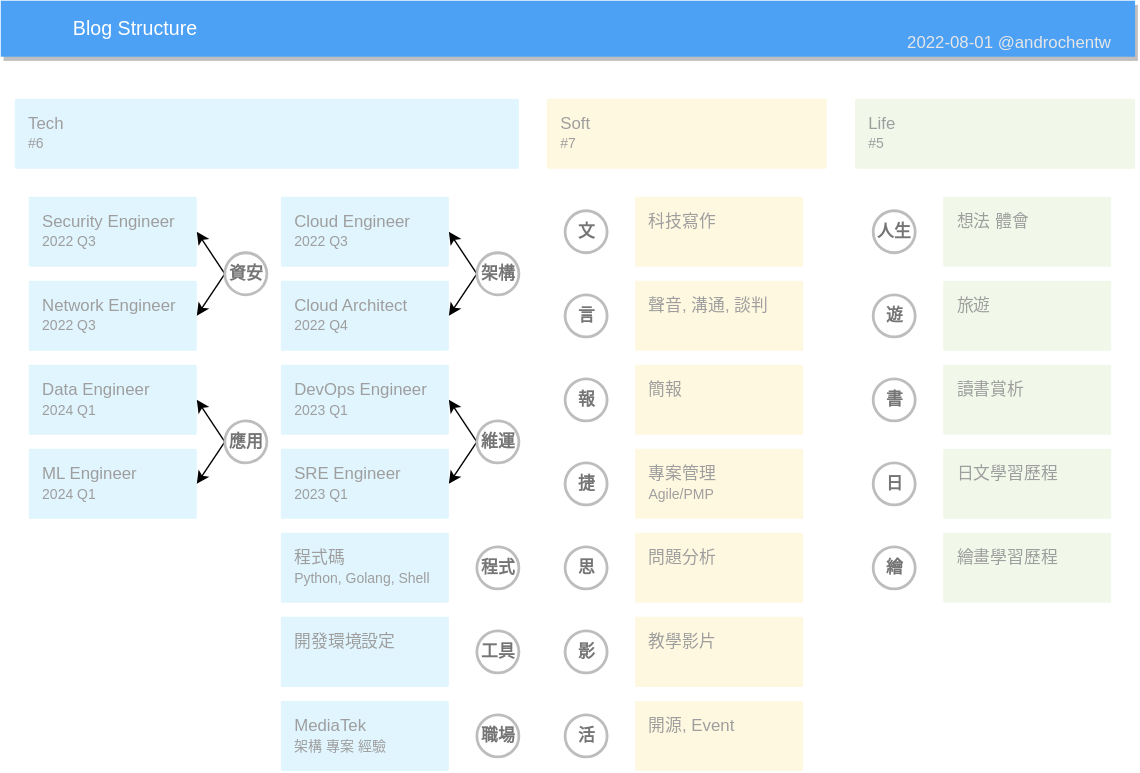
Above: 2022-08-01 Blog Structure.svg in androchentw/diagrams-res (draw.io), before the change. Source tidied: cells renumbered, new cells last; positions are measured from the earlier drawing's top-left corner, leaving out a move shared by most shapes.
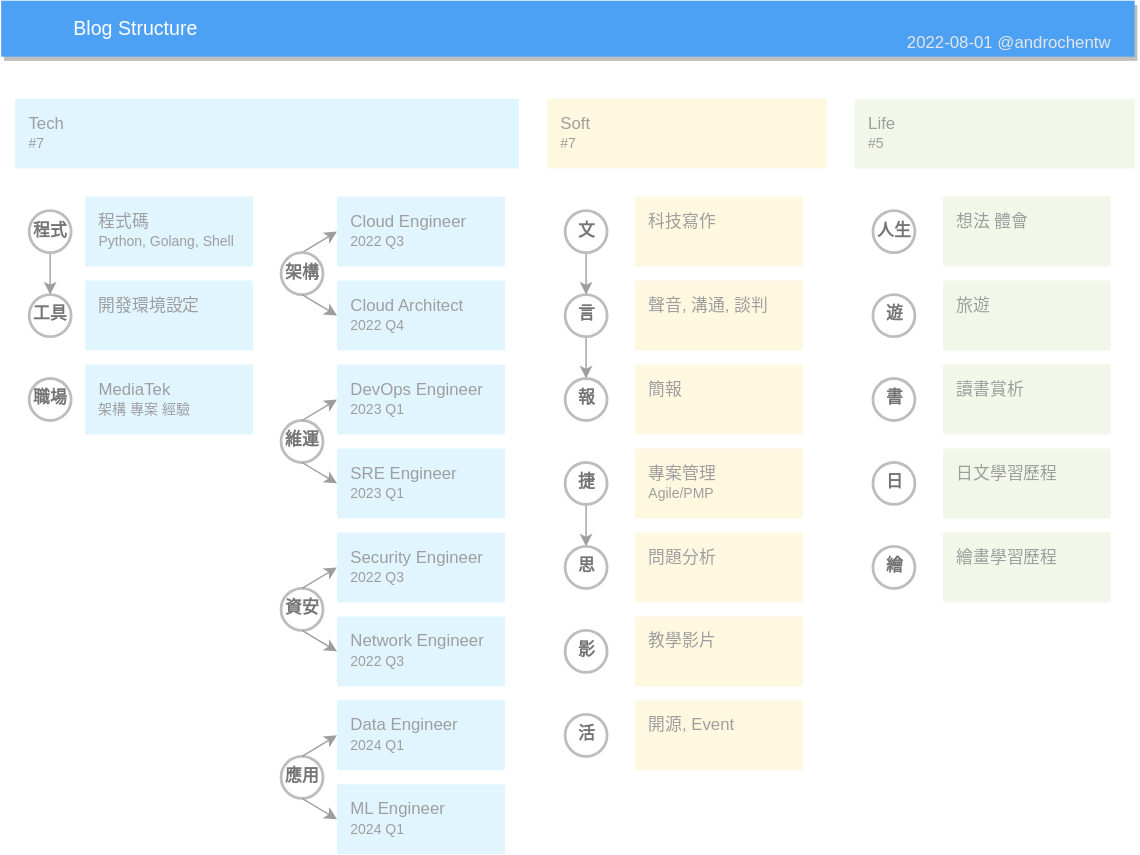
The same file after the commit.

Commit message:
feat: update blog structure

Diff of the diagram source:
```diff
@@ -5,71 +5,52 @@
     <mxCell id="2" value="Blog Structure" style="fillColor=#4DA1F5;strokeColor=none;shadow=1;gradientColor=none;fontSize=14;align=left;spacingLeft=50;fontColor=#ffffff;html=1;" parent="1" vertex="1">
       <mxGeometry width="810" height="40" as="geometry" />
     </mxCell>
-    <mxCell id="3" value="Tech&lt;br&gt;&lt;font style=&quot;font-size: 10px&quot;&gt;#6&lt;/font&gt;" style="rounded=1;absoluteArcSize=1;arcSize=2;html=1;strokeColor=none;gradientColor=none;shadow=0;dashed=0;fontSize=12;fontColor=#9E9E9E;align=left;verticalAlign=top;spacing=10;spacingTop=-4;fillColor=#E1F5FE;" parent="1" vertex="1">
+    <mxCell id="3" value="Tech&lt;br&gt;&lt;font style=&quot;font-size: 10px&quot;&gt;#7&lt;/font&gt;" style="rounded=1;absoluteArcSize=1;arcSize=2;html=1;strokeColor=none;gradientColor=none;shadow=0;dashed=0;fontSize=12;fontColor=#9E9E9E;align=left;verticalAlign=top;spacing=10;spacingTop=-4;fillColor=#E1F5FE;" parent="1" vertex="1">
       <mxGeometry x="10" y="70" width="360" height="50" as="geometry" />
     </mxCell>
     <mxCell id="4" value="Soft&lt;br&gt;&lt;span style=&quot;font-size: 10px&quot;&gt;#7&lt;/span&gt;" style="rounded=1;absoluteArcSize=1;arcSize=2;html=1;strokeColor=none;gradientColor=none;shadow=0;dashed=0;fontSize=12;fontColor=#9E9E9E;align=left;verticalAlign=top;spacing=10;spacingTop=-4;fillColor=#FFF8E1;" parent="1" vertex="1">
       <mxGeometry x="390" y="70" width="200" height="50" as="geometry" />
     </mxCell>
     <mxCell id="5" value="Cloud Engineer&lt;br&gt;&lt;span style=&quot;font-size: 10px&quot;&gt;2022 Q3&lt;/span&gt;" style="rounded=1;absoluteArcSize=1;arcSize=2;html=1;strokeColor=none;gradientColor=none;shadow=0;dashed=0;fontSize=12;fontColor=#9E9E9E;align=left;verticalAlign=top;spacing=10;spacingTop=-4;fillColor=#E1F5FE;" parent="1" vertex="1">
-      <mxGeometry x="200" y="140" width="120" height="50" as="geometry" />
+      <mxGeometry x="240" y="140" width="120" height="50" as="geometry" />
     </mxCell>
     <mxCell id="6" value="Cloud Architect&lt;br&gt;&lt;span style=&quot;font-size: 10px&quot;&gt;2022 Q4&lt;/span&gt;" style="rounded=1;absoluteArcSize=1;arcSize=2;html=1;strokeColor=none;gradientColor=none;shadow=0;dashed=0;fontSize=12;fontColor=#9E9E9E;align=left;verticalAlign=top;spacing=10;spacingTop=-4;fillColor=#E1F5FE;" parent="1" vertex="1">
-      <mxGeometry x="200" y="200" width="120" height="50" as="geometry" />
+      <mxGeometry x="240" y="200" width="120" height="50" as="geometry" />
     </mxCell>
     <mxCell id="7" value="DevOps Engineer&lt;br&gt;&lt;span style=&quot;font-size: 10px&quot;&gt;2023 Q1&lt;/span&gt;" style="rounded=1;absoluteArcSize=1;arcSize=2;html=1;strokeColor=none;gradientColor=none;shadow=0;dashed=0;fontSize=12;fontColor=#9E9E9E;align=left;verticalAlign=top;spacing=10;spacingTop=-4;fillColor=#E1F5FE;" parent="1" vertex="1">
-      <mxGeometry x="200" y="260" width="120" height="50" as="geometry" />
+      <mxGeometry x="240" y="260" width="120" height="50" as="geometry" />
     </mxCell>
     <mxCell id="8" value="SRE Engineer&lt;br&gt;&lt;span style=&quot;font-size: 10px&quot;&gt;2023 Q1&lt;/span&gt;" style="rounded=1;absoluteArcSize=1;arcSize=2;html=1;strokeColor=none;gradientColor=none;shadow=0;dashed=0;fontSize=12;fontColor=#9E9E9E;align=left;verticalAlign=top;spacing=10;spacingTop=-4;fillColor=#E1F5FE;" parent="1" vertex="1">
-      <mxGeometry x="200" y="320" width="120" height="50" as="geometry" />
+      <mxGeometry x="240" y="320" width="120" height="50" as="geometry" />
     </mxCell>
     <mxCell id="9" value="Security Engineer&lt;br&gt;&lt;span style=&quot;font-size: 10px&quot;&gt;2022 Q3&lt;/span&gt;" style="rounded=1;absoluteArcSize=1;arcSize=2;html=1;strokeColor=none;gradientColor=none;shadow=0;dashed=0;fontSize=12;fontColor=#9E9E9E;align=left;verticalAlign=top;spacing=10;spacingTop=-4;fillColor=#E1F5FE;" parent="1" vertex="1">
-      <mxGeometry x="20" y="140" width="120" height="50" as="geometry" />
+      <mxGeometry x="240" y="380" width="120" height="50" as="geometry" />
     </mxCell>
     <mxCell id="10" value="Network Engineer&lt;br&gt;&lt;font style=&quot;font-size: 10px&quot;&gt;2022 Q3&lt;/font&gt;" style="rounded=1;absoluteArcSize=1;arcSize=2;html=1;strokeColor=none;gradientColor=none;shadow=0;dashed=0;fontSize=12;fontColor=#9E9E9E;align=left;verticalAlign=top;spacing=10;spacingTop=-4;fillColor=#E1F5FE;" parent="1" vertex="1">
-      <mxGeometry x="20" y="200" width="120" height="50" as="geometry" />
+      <mxGeometry x="240" y="440" width="120" height="50" as="geometry" />
     </mxCell>
     <mxCell id="11" value="Data Engineer&lt;br&gt;&lt;span style=&quot;font-size: 10px&quot;&gt;2024 Q1&lt;/span&gt;" style="rounded=1;absoluteArcSize=1;arcSize=2;html=1;strokeColor=none;gradientColor=none;shadow=0;dashed=0;fontSize=12;fontColor=#9E9E9E;align=left;verticalAlign=top;spacing=10;spacingTop=-4;fillColor=#E1F5FE;" parent="1" vertex="1">
-      <mxGeometry x="20" y="260" width="120" height="50" as="geometry" />
+      <mxGeometry x="240" y="500" width="120" height="50" as="geometry" />
     </mxCell>
     <mxCell id="12" value="ML Engineer&lt;br&gt;&lt;span style=&quot;font-size: 10px&quot;&gt;2024 Q1&lt;/span&gt;" style="rounded=1;absoluteArcSize=1;arcSize=2;html=1;strokeColor=none;gradientColor=none;shadow=0;dashed=0;fontSize=12;fontColor=#9E9E9E;align=left;verticalAlign=top;spacing=10;spacingTop=-4;fillColor=#E1F5FE;" parent="1" vertex="1">
-      <mxGeometry x="20" y="320" width="120" height="50" as="geometry" />
+      <mxGeometry x="240" y="560" width="120" height="50" as="geometry" />
     </mxCell>
-    <mxCell id="13" style="edgeStyle=none;html=1;exitX=0;exitY=0.5;exitDx=0;exitDy=0;entryX=1;entryY=0.5;entryDx=0;entryDy=0;" parent="1" edge="1" source="15" target="5">
-      <mxGeometry relative="1" as="geometry" />
-    </mxCell>
-    <mxCell id="14" style="edgeStyle=none;html=1;exitX=0;exitY=0.5;exitDx=0;exitDy=0;entryX=1;entryY=0.5;entryDx=0;entryDy=0;" parent="1" edge="1" source="15" target="6">
-      <mxGeometry relative="1" as="geometry" />
-    </mxCell>
+    <mxCell id="57" style="edgeStyle=none;html=1;exitX=0.5;exitY=0;exitDx=0;exitDy=0;fontSize=10;strokeColor=#9E9E9E;" parent="1" edge="1" source="15">
+      <mxGeometry relative="1" as="geometry">
+        <mxPoint x="240" y="165" as="targetPoint" />
+      </mxGeometry>
+    </mxCell>
     <mxCell id="15" value="架構" style="shape=ellipse;fillColor=#ffffff;strokeColor=#BDBDBD;strokeWidth=2;shadow=0;gradientColor=none;fontColor=#757575;align=center;html=1;fontStyle=1;spacingTop=-1;" parent="1" vertex="1">
-      <mxGeometry x="340" y="180" width="30" height="30" as="geometry" />
+      <mxGeometry x="200" y="180" width="30" height="30" as="geometry" />
     </mxCell>
-    <mxCell id="16" style="edgeStyle=none;html=1;exitX=0;exitY=0.5;exitDx=0;exitDy=0;entryX=1;entryY=0.5;entryDx=0;entryDy=0;" parent="1" edge="1" source="18" target="9">
-      <mxGeometry relative="1" as="geometry" />
-    </mxCell>
-    <mxCell id="17" style="edgeStyle=none;html=1;exitX=0;exitY=0.5;exitDx=0;exitDy=0;entryX=1;entryY=0.5;entryDx=0;entryDy=0;" parent="1" edge="1" source="18" target="10">
-      <mxGeometry relative="1" as="geometry" />
-    </mxCell>
     <mxCell id="18" value="資安" style="shape=ellipse;fillColor=#ffffff;strokeColor=#BDBDBD;strokeWidth=2;shadow=0;gradientColor=none;fontColor=#757575;align=center;html=1;fontStyle=1;spacingTop=-1;" parent="1" vertex="1">
-      <mxGeometry x="160" y="180" width="30" height="30" as="geometry" />
+      <mxGeometry x="200" y="420" width="30" height="30" as="geometry" />
     </mxCell>
-    <mxCell id="19" style="edgeStyle=none;html=1;exitX=0;exitY=0.5;exitDx=0;exitDy=0;entryX=1;entryY=0.5;entryDx=0;entryDy=0;" parent="1" edge="1" source="21" target="11">
-      <mxGeometry relative="1" as="geometry" />
-    </mxCell>
-    <mxCell id="20" style="edgeStyle=none;html=1;exitX=0;exitY=0.5;exitDx=0;exitDy=0;entryX=1;entryY=0.5;entryDx=0;entryDy=0;" parent="1" edge="1" source="21" target="12">
-      <mxGeometry relative="1" as="geometry" />
-    </mxCell>
     <mxCell id="21" value="應用" style="shape=ellipse;fillColor=#ffffff;strokeColor=#BDBDBD;strokeWidth=2;shadow=0;gradientColor=none;fontColor=#757575;align=center;html=1;fontStyle=1;spacingTop=-1;" parent="1" vertex="1">
-      <mxGeometry x="160" y="300" width="30" height="30" as="geometry" />
+      <mxGeometry x="200" y="540" width="30" height="30" as="geometry" />
     </mxCell>
-    <mxCell id="22" style="edgeStyle=none;html=1;exitX=0;exitY=0.5;exitDx=0;exitDy=0;entryX=1;entryY=0.5;entryDx=0;entryDy=0;" parent="1" edge="1" source="24" target="7">
-      <mxGeometry relative="1" as="geometry" />
-    </mxCell>
-    <mxCell id="23" style="edgeStyle=none;html=1;exitX=0;exitY=0.5;exitDx=0;exitDy=0;entryX=1;entryY=0.5;entryDx=0;entryDy=0;" parent="1" edge="1" source="24" target="8">
-      <mxGeometry relative="1" as="geometry" />
-    </mxCell>
     <mxCell id="24" value="維運" style="shape=ellipse;fillColor=#ffffff;strokeColor=#BDBDBD;strokeWidth=2;shadow=0;gradientColor=none;fontColor=#757575;align=center;html=1;fontStyle=1;spacingTop=-1;" parent="1" vertex="1">
-      <mxGeometry x="340" y="300" width="30" height="30" as="geometry" />
+      <mxGeometry x="200" y="300" width="30" height="30" as="geometry" />
     </mxCell>
     <mxCell id="25" value="聲音, 溝通, 談判" style="rounded=1;absoluteArcSize=1;arcSize=2;html=1;strokeColor=none;gradientColor=none;shadow=0;dashed=0;fontSize=12;fontColor=#9E9E9E;align=left;verticalAlign=top;spacing=10;spacingTop=-4;fillColor=#FFF8E1;" parent="1" vertex="1">
       <mxGeometry x="453" y="200" width="120" height="50" as="geometry" />
@@ -77,6 +58,9 @@
     <mxCell id="26" value="簡報" style="rounded=1;absoluteArcSize=1;arcSize=2;html=1;strokeColor=none;gradientColor=none;shadow=0;dashed=0;fontSize=12;fontColor=#9E9E9E;align=left;verticalAlign=top;spacing=10;spacingTop=-4;fillColor=#FFF8E1;" parent="1" vertex="1">
       <mxGeometry x="453" y="260" width="120" height="50" as="geometry" />
     </mxCell>
+    <mxCell id="58" style="edgeStyle=none;html=1;exitX=0.5;exitY=1;exitDx=0;exitDy=0;fontSize=10;strokeColor=#9E9E9E;" parent="1" edge="1" source="27" target="28">
+      <mxGeometry relative="1" as="geometry" />
+    </mxCell>
     <mxCell id="27" value="言" style="shape=ellipse;fillColor=#ffffff;strokeColor=#BDBDBD;strokeWidth=2;shadow=0;gradientColor=none;fontColor=#757575;align=center;html=1;fontStyle=1;spacingTop=-1;" parent="1" vertex="1">
       <mxGeometry x="403" y="210" width="30" height="30" as="geometry" />
     </mxCell>
@@ -86,6 +70,9 @@
     <mxCell id="29" value="專案管理&lt;br&gt;&lt;font style=&quot;font-size: 10px&quot;&gt;Agile/PMP&lt;/font&gt;" style="rounded=1;absoluteArcSize=1;arcSize=2;html=1;strokeColor=none;gradientColor=none;shadow=0;dashed=0;fontSize=12;fontColor=#9E9E9E;align=left;verticalAlign=top;spacing=10;spacingTop=-4;fillColor=#FFF8E1;" parent="1" vertex="1">
       <mxGeometry x="453" y="320" width="120" height="50" as="geometry" />
     </mxCell>
+    <mxCell id="59" style="edgeStyle=none;html=1;exitX=0.5;exitY=1;exitDx=0;exitDy=0;entryX=0.5;entryY=0;entryDx=0;entryDy=0;fontSize=10;strokeColor=#9E9E9E;" parent="1" edge="1" source="30" target="32">
+      <mxGeometry relative="1" as="geometry" />
+    </mxCell>
     <mxCell id="30" value="捷" style="shape=ellipse;fillColor=#ffffff;strokeColor=#BDBDBD;strokeWidth=2;shadow=0;gradientColor=none;fontColor=#757575;align=center;html=1;fontStyle=1;spacingTop=-1;" parent="1" vertex="1">
       <mxGeometry x="403" y="330" width="30" height="30" as="geometry" />
     </mxCell>
@@ -108,16 +95,16 @@
       <mxGeometry x="403" y="510" width="30" height="30" as="geometry" />
     </mxCell>
     <mxCell id="37" value="MediaTek&lt;br&gt;&lt;font style=&quot;font-size: 10px&quot;&gt;架構 專案 經驗&lt;/font&gt;" style="rounded=1;absoluteArcSize=1;arcSize=2;html=1;strokeColor=none;gradientColor=none;shadow=0;dashed=0;fontSize=12;fontColor=#9E9E9E;align=left;verticalAlign=top;spacing=10;spacingTop=-4;fillColor=#E1F5FE;" parent="1" vertex="1">
-      <mxGeometry x="200" y="500" width="120" height="50" as="geometry" />
+      <mxGeometry x="60" y="260" width="120" height="50" as="geometry" />
     </mxCell>
     <mxCell id="38" value="開發環境設定" style="rounded=1;absoluteArcSize=1;arcSize=2;html=1;strokeColor=none;gradientColor=none;shadow=0;dashed=0;fontSize=12;fontColor=#9E9E9E;align=left;verticalAlign=top;spacing=10;spacingTop=-4;fillColor=#E1F5FE;" parent="1" vertex="1">
-      <mxGeometry x="200" y="440" width="120" height="50" as="geometry" />
+      <mxGeometry x="60" y="200" width="120" height="50" as="geometry" />
     </mxCell>
     <mxCell id="39" value="職場" style="shape=ellipse;fillColor=#ffffff;strokeColor=#BDBDBD;strokeWidth=2;shadow=0;gradientColor=none;fontColor=#757575;align=center;html=1;fontStyle=1;spacingTop=-1;" parent="1" vertex="1">
-      <mxGeometry x="340" y="510" width="30" height="30" as="geometry" />
+      <mxGeometry x="20" y="270" width="30" height="30" as="geometry" />
     </mxCell>
     <mxCell id="40" value="工具" style="shape=ellipse;fillColor=#ffffff;strokeColor=#BDBDBD;strokeWidth=2;shadow=0;gradientColor=none;fontColor=#757575;align=center;html=1;fontStyle=1;spacingTop=-1;" parent="1" vertex="1">
-      <mxGeometry x="340" y="450" width="30" height="30" as="geometry" />
+      <mxGeometry x="20" y="210" width="30" height="30" as="geometry" />
     </mxCell>
     <mxCell id="41" value="旅遊" style="rounded=1;absoluteArcSize=1;arcSize=2;html=1;strokeColor=none;gradientColor=none;shadow=0;dashed=0;fontSize=12;fontColor=#9E9E9E;align=left;verticalAlign=top;spacing=10;spacingTop=-4;fillColor=#F1F8E9;" parent="1" vertex="1">
       <mxGeometry x="673" y="200" width="120" height="50" as="geometry" />
@@ -158,14 +145,41 @@
     <mxCell id="53" value="科技寫作" style="rounded=1;absoluteArcSize=1;arcSize=2;html=1;strokeColor=none;gradientColor=none;shadow=0;dashed=0;fontSize=12;fontColor=#9E9E9E;align=left;verticalAlign=top;spacing=10;spacingTop=-4;fillColor=#FFF8E1;" parent="1" vertex="1">
       <mxGeometry x="453" y="140" width="120" height="50" as="geometry" />
     </mxCell>
+    <mxCell id="60" style="edgeStyle=none;html=1;exitX=0.5;exitY=1;exitDx=0;exitDy=0;entryX=0.5;entryY=0;entryDx=0;entryDy=0;fontSize=10;strokeColor=#9E9E9E;" parent="1" edge="1" source="54" target="27">
+      <mxGeometry relative="1" as="geometry" />
+    </mxCell>
     <mxCell id="54" value="文" style="shape=ellipse;fillColor=#ffffff;strokeColor=#BDBDBD;strokeWidth=2;shadow=0;gradientColor=none;fontColor=#757575;align=center;html=1;fontStyle=1;spacingTop=-1;" parent="1" vertex="1">
       <mxGeometry x="403" y="150" width="30" height="30" as="geometry" />
     </mxCell>
     <mxCell id="55" value="程式碼&lt;br&gt;&lt;font style=&quot;font-size: 10px&quot;&gt;Python, Golang, Shell&lt;/font&gt;" style="rounded=1;absoluteArcSize=1;arcSize=2;html=1;strokeColor=none;gradientColor=none;shadow=0;dashed=0;fontSize=12;fontColor=#9E9E9E;align=left;verticalAlign=top;spacing=10;spacingTop=-4;fillColor=#E1F5FE;" parent="1" vertex="1">
-      <mxGeometry x="200" y="380" width="120" height="50" as="geometry" />
+      <mxGeometry x="60" y="140" width="120" height="50" as="geometry" />
     </mxCell>
+    <mxCell id="61" style="edgeStyle=none;html=1;exitX=0.5;exitY=1;exitDx=0;exitDy=0;entryX=0.5;entryY=0;entryDx=0;entryDy=0;fontSize=10;strokeColor=#9E9E9E;" parent="1" edge="1" source="56" target="40">
+      <mxGeometry relative="1" as="geometry" />
+    </mxCell>
     <mxCell id="56" value="程式" style="shape=ellipse;fillColor=#ffffff;strokeColor=#BDBDBD;strokeWidth=2;shadow=0;gradientColor=none;fontColor=#757575;align=center;html=1;fontStyle=1;spacingTop=-1;" parent="1" vertex="1">
-      <mxGeometry x="340" y="390" width="30" height="30" as="geometry" />
+      <mxGeometry x="20" y="150" width="30" height="30" as="geometry" />
     </mxCell>
+    <mxCell id="14" style="edgeStyle=none;html=1;exitX=0.5;exitY=1;exitDx=0;exitDy=0;entryX=0;entryY=0.5;entryDx=0;entryDy=0;fontSize=10;strokeColor=#9E9E9E;" parent="1" edge="1" source="15" target="6">
+      <mxGeometry relative="1" as="geometry" />
+    </mxCell>
+    <mxCell id="22" style="edgeStyle=none;html=1;exitX=0.5;exitY=0;exitDx=0;exitDy=0;entryX=0;entryY=0.5;entryDx=0;entryDy=0;fontSize=10;strokeColor=#9E9E9E;" parent="1" edge="1" source="24" target="7">
+      <mxGeometry relative="1" as="geometry" />
+    </mxCell>
+    <mxCell id="23" style="edgeStyle=none;html=1;exitX=0.5;exitY=1;exitDx=0;exitDy=0;entryX=0;entryY=0.5;entryDx=0;entryDy=0;fontSize=10;strokeColor=#9E9E9E;" parent="1" edge="1" source="24" target="8">
+      <mxGeometry relative="1" as="geometry" />
+    </mxCell>
+    <mxCell id="17" style="edgeStyle=none;html=1;exitX=0.5;exitY=1;exitDx=0;exitDy=0;entryX=0;entryY=0.5;entryDx=0;entryDy=0;fontSize=10;strokeColor=#9E9E9E;" parent="1" edge="1" source="18" target="10">
+      <mxGeometry relative="1" as="geometry" />
+    </mxCell>
+    <mxCell id="20" style="edgeStyle=none;html=1;fontSize=10;strokeColor=#9E9E9E;entryX=0;entryY=0.5;entryDx=0;entryDy=0;exitX=0.5;exitY=1;exitDx=0;exitDy=0;" parent="1" edge="1" source="21" target="12">
+      <mxGeometry relative="1" as="geometry" />
+    </mxCell>
+    <mxCell id="16" style="edgeStyle=none;html=1;exitX=0.5;exitY=0;exitDx=0;exitDy=0;entryX=0;entryY=0.5;entryDx=0;entryDy=0;fontSize=10;strokeColor=#9E9E9E;" parent="1" edge="1" source="18" target="9">
+      <mxGeometry relative="1" as="geometry" />
+    </mxCell>
+    <mxCell id="19" style="edgeStyle=none;html=1;exitX=0.5;exitY=0;exitDx=0;exitDy=0;entryX=0;entryY=0.5;entryDx=0;entryDy=0;fontSize=10;strokeColor=#9E9E9E;" parent="1" edge="1" source="21" target="11">
+      <mxGeometry relative="1" as="geometry" />
+    </mxCell>
   </root>
 </mxGraphModel>
```
